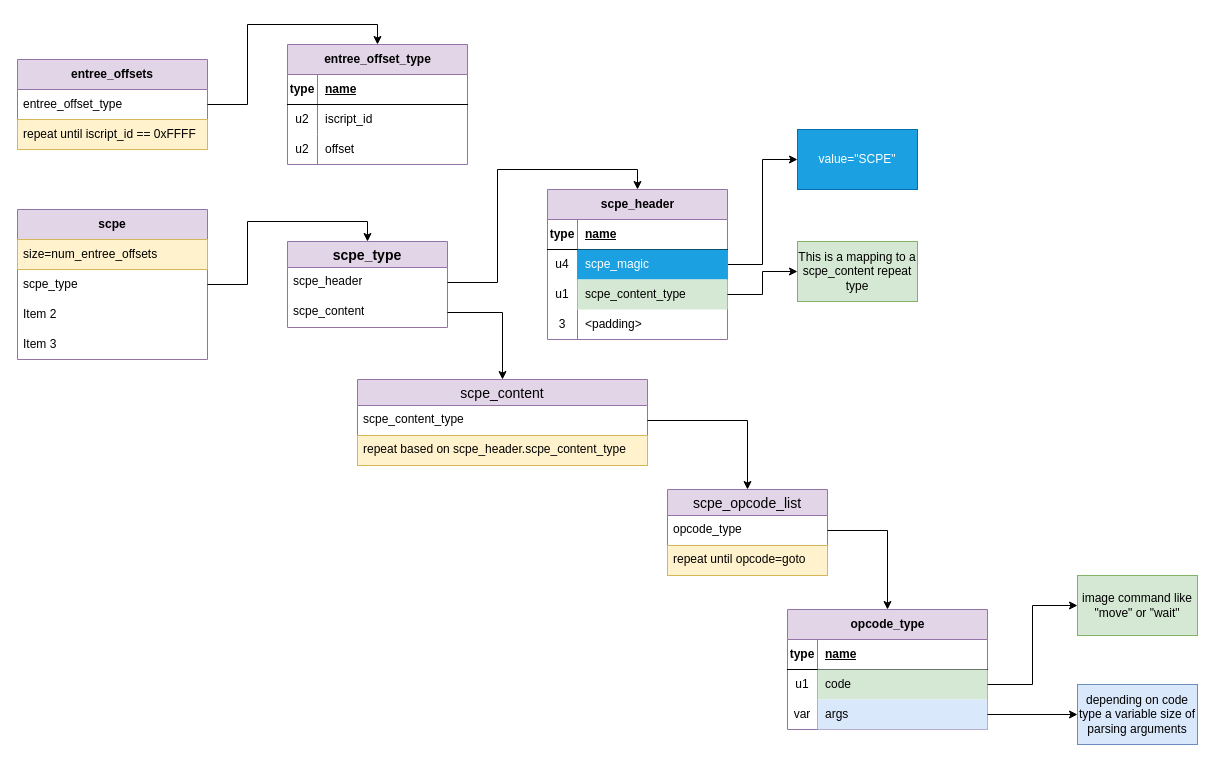
The draw.io diagram doc/iscript_bin.drawio in andreas-volz/stargus, before the edit. Source tidied: cells renumbered, new cells numbered last; positions are measured from the earlier drawing's top-left corner, leaving out a move shared by most shapes. Both pictures are drawn from the tidied source at 100%, with x=0, y=0 at pixel (17, 44).
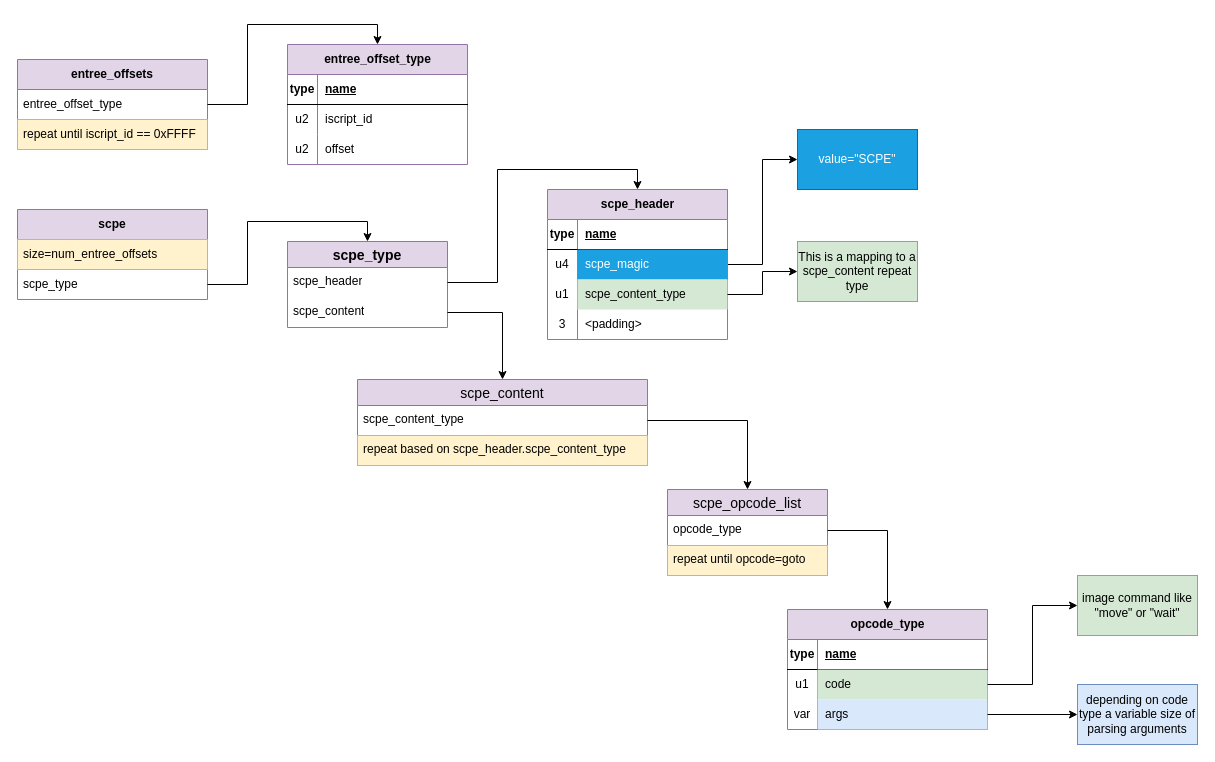
The same page after the edit.

Change to the diagram source:
```diff
@@
     <mxCell id="16" value="&lt;b&gt;scpe&lt;/b&gt;" style="swimlane;fontStyle=0;horizontal=1;startSize=30;whiteSpace=wrap;html=1;fillColor=#e1d5e7;strokeColor=#9673a6;" parent="1" vertex="1">
-      <mxGeometry y="165" width="190" height="150" as="geometry" />
+      <mxGeometry y="165" width="190" height="90" as="geometry" />
     </mxCell>
@@
-    <mxCell id="19" value="Item 2" style="text;strokeColor=none;fillColor=none;align=left;verticalAlign=middle;spacingLeft=4;spacingRight=4;overflow=hidden;whiteSpace=wrap;html=1;" parent="16" vertex="1">
-      <mxGeometry y="90" width="190" height="30" as="geometry" />
-    </mxCell>
-    <mxCell id="20" value="Item 3" style="text;strokeColor=none;fillColor=none;align=left;verticalAlign=middle;spacingLeft=4;spacingRight=4;overflow=hidden;whiteSpace=wrap;html=1;" parent="16" vertex="1">
-      <mxGeometry y="120" width="190" height="30" as="geometry" />
-    </mxCell>
```
